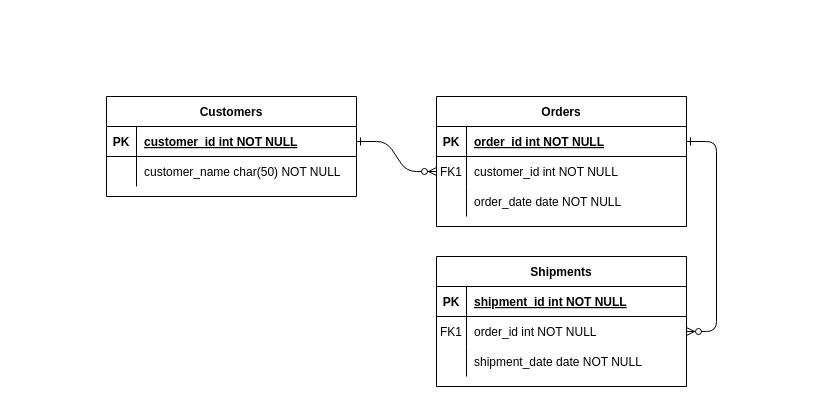
Earlier version of the draw.io diagram Діаграма без назви.drawio (diana1grymalo/Bigdata-proc-HW). Source tidied: cells renumbered, new cells numbered last; positions are measured from the earlier drawing's top-left corner, leaving out a move shared by most shapes. Both pictures are drawn from the tidied source at 100%, with x=0, y=0 at pixel (106, 96).
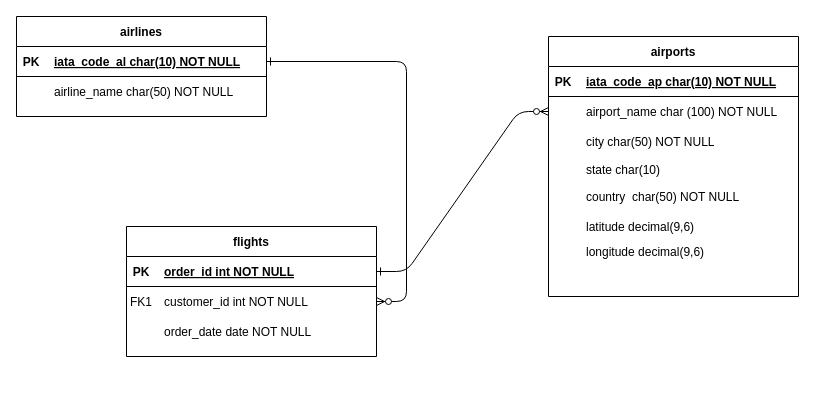
After the change.

Commit message:
2015 flight departure diagram.drawio

The change refers to these unchanged cells:
```xml
<mxCell id="15" style="shape=partialRectangle;fillColor=none;top=0;left=0;right=0;bottom=1;" parent="14" vertex="1">
  <mxGeometry y="30" width="250" height="30" as="geometry" />
</mxCell>
<mxCell id="18" style="shape=partialRectangle;fillColor=none;points=[[0,0.5],[1,0.5]];portConstraint=eastwest;top=0;left=0;right=0;bottom=0;" parent="14" vertex="1">
  <mxGeometry y="60" width="250" height="30" as="geometry" />
</mxCell>
<mxCell id="21" style="shape=partialRectangle;fillColor=none;top=0;left=0;right=0;bottom=0;" parent="14" vertex="1">
  <mxGeometry y="90" width="250" height="30" as="geometry" />
</mxCell>
<mxCell id="25" style="shape=partialRectangle;fillColor=none;points=[[0,0.5],[1,0.5]];portConstraint=eastwest;top=0;left=0;right=0;bottom=1;" parent="24" vertex="1">
  <mxGeometry y="30" width="250" height="30" as="geometry" />
</mxCell>
<mxCell id="28" style="shape=partialRectangle;fillColor=none;top=0;left=0;right=0;bottom=0;" parent="24" vertex="1">
  <mxGeometry y="60" width="250" height="30" as="geometry" />
</mxCell>
```

Diff of the diagram source:
```diff
@@
-    <mxCell id="4" value="Orders" style="shape=table;startSize=30;childLayout=tableLayout;rowLines=0;fontStyle=1;align=center;" parent="1" vertex="1">
-      <mxGeometry x="330" width="250" height="130" as="geometry" />
+    <mxCell id="4" value="flights" style="shape=table;startSize=30;childLayout=tableLayout;rowLines=0;fontStyle=1;align=center;columnLines=0;" parent="1" vertex="1">
+      <mxGeometry x="20" y="130" width="250" height="130" as="geometry" />
     </mxCell>
@@
-    <mxCell id="14" value="Shipments" style="shape=table;startSize=30;childLayout=tableLayout;rowLines=0;fontStyle=1;align=center;" parent="1" vertex="1">
-      <mxGeometry x="330" y="160" width="250" height="130" as="geometry" />
+    <mxCell id="14" value="airports" style="shape=table;startSize=30;childLayout=tableLayout;rowLines=0;fontStyle=1;align=center;spacing=2;columnLines=0;" parent="1" vertex="1">
+      <mxGeometry x="442" y="-60" width="250" height="260" as="geometry" />
     </mxCell>
@@
-    <mxCell id="17" value="shipment_id int NOT NULL " style="shape=partialRectangle;overflow=hidden;fillColor=none;top=0;left=0;bottom=0;right=0;align=left;spacingLeft=6;fontStyle=5;" parent="15" vertex="1">
+    <mxCell id="17" value="iata_code_ap char(10) NOT NULL " style="shape=partialRectangle;overflow=hidden;fillColor=none;top=0;left=0;bottom=0;right=0;align=left;spacingLeft=6;fontStyle=5;" parent="15" vertex="1">
       <mxGeometry x="30" width="220" height="30" as="geometry" />
     </mxCell>
@@
-    <mxCell id="19" value="FK1" style="shape=partialRectangle;overflow=hidden;fillColor=none;top=0;left=0;bottom=0;right=0;" parent="18" vertex="1">
+    <mxCell id="19" style="shape=partialRectangle;overflow=hidden;fillColor=none;top=0;left=0;bottom=0;right=0;" parent="18" vertex="1">
       <mxGeometry width="30" height="30" as="geometry" />
     </mxCell>
-    <mxCell id="20" value="order_id int NOT NULL" style="shape=partialRectangle;overflow=hidden;fillColor=none;top=0;left=0;bottom=0;right=0;align=left;spacingLeft=6;" parent="18" vertex="1">
+    <mxCell id="20" value="airport_name char (100) NOT NULL" style="shape=partialRectangle;overflow=hidden;fillColor=none;top=0;left=0;bottom=0;right=0;align=left;spacingLeft=6;" parent="18" vertex="1">
       <mxGeometry x="30" width="220" height="30" as="geometry" />
     </mxCell>
@@
-    <mxCell id="23" value="shipment_date date NOT NULL" style="shape=partialRectangle;overflow=hidden;fillColor=none;top=0;left=0;bottom=0;right=0;align=left;spacingLeft=6;" parent="21" vertex="1">
+    <mxCell id="23" value="city char(50) NOT NULL" style="shape=partialRectangle;overflow=hidden;fillColor=none;top=0;left=0;bottom=0;right=0;align=left;spacingLeft=6;" parent="21" vertex="1">
       <mxGeometry x="30" width="220" height="30" as="geometry" />
     </mxCell>
-    <mxCell id="24" value="Customers" style="shape=table;startSize=30;childLayout=tableLayout;rowLines=0;fontStyle=1;align=center;" parent="1" vertex="1">
-      <mxGeometry width="250" height="100" as="geometry" />
+    <mxCell id="24" value="airlines" style="shape=table;startSize=30;childLayout=tableLayout;rowLines=0;fontStyle=1;align=center;columnLines=0;" parent="1" vertex="1">
+      <mxGeometry x="-90" y="-80" width="250" height="100" as="geometry" />
     </mxCell>
@@
-    <mxCell id="27" value="customer_id int NOT NULL " style="shape=partialRectangle;overflow=hidden;fillColor=none;top=0;left=0;bottom=0;right=0;align=left;spacingLeft=6;fontStyle=5;" parent="25" vertex="1">
+    <mxCell id="27" value="iata_code_al char(10) NOT NULL " style="shape=partialRectangle;overflow=hidden;fillColor=none;top=0;left=0;bottom=0;right=0;align=left;spacingLeft=6;fontStyle=5;" parent="25" vertex="1">
       <mxGeometry x="30" width="220" height="30" as="geometry" />
     </mxCell>
@@
-    <mxCell id="30" value="customer_name char(50) NOT NULL" style="shape=partialRectangle;overflow=hidden;fillColor=none;top=0;left=0;bottom=0;right=0;align=left;spacingLeft=6;" parent="28" vertex="1">
+    <mxCell id="30" value="airline_name char(50) NOT NULL" style="shape=partialRectangle;overflow=hidden;fillColor=none;top=0;left=0;bottom=0;right=0;align=left;spacingLeft=6;" parent="28" vertex="1">
       <mxGeometry x="30" width="220" height="30" as="geometry" />
     </mxCell>
+    <mxCell id="31" value="state char(10) " style="shape=partialRectangle;overflow=hidden;fillColor=none;top=0;left=0;bottom=0;right=0;align=left;spacingLeft=6;" parent="1" vertex="1">
+      <mxGeometry x="472" y="58" width="220" height="30" as="geometry" />
+    </mxCell>
+    <mxCell id="32" value="country  char(50) NOT NULL" style="shape=partialRectangle;overflow=hidden;fillColor=none;top=0;left=0;bottom=0;right=0;align=left;spacingLeft=6;" parent="1" vertex="1">
+      <mxGeometry x="472" y="85" width="220" height="30" as="geometry" />
+    </mxCell>
+    <mxCell id="33" value="latitude decimal(9,6)" style="shape=partialRectangle;overflow=hidden;fillColor=none;top=0;left=0;bottom=0;right=0;align=left;spacingLeft=6;" parent="1" vertex="1">
+      <mxGeometry x="472" y="115" width="220" height="30" as="geometry" />
+    </mxCell>
+    <mxCell id="34" value="longitude decimal(9,6) " style="shape=partialRectangle;overflow=hidden;fillColor=none;top=0;left=0;bottom=0;right=0;align=left;spacingLeft=6;" parent="1" vertex="1">
+      <mxGeometry x="472" y="140" width="220" height="30" as="geometry" />
+    </mxCell>
```
